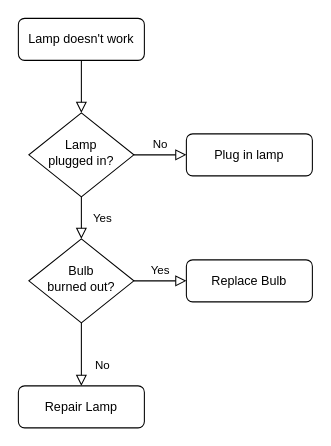
Above: Untitled Diagram.drawio in bnood/process-charts (draw.io), before the change. Source tidied: cells renumbered, new cells numbered last; positions are measured from the earlier drawing's top-left corner, leaving out a move shared by most shapes. Both pictures are drawn from the tidied source at 105%, with x=0, y=0 at pixel (18, 18).
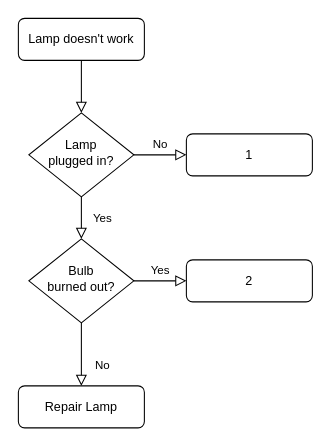
The same page after the edit.

What changed in the source:
```diff
@@
 <mxGraphModel>
   <root>
     <mxCell id="0" />
     <mxCell id="1" parent="0" />
     <mxCell id="2" style="rounded=0;html=1;jettySize=auto;fontSize=11;endArrow=block;endFill=0;endSize=8;strokeWidth=1;shadow=0;labelBackgroundColor=none;edgeStyle=orthogonalEdgeStyle;" parent="1" edge="1" source="3" target="6">
       <mxGeometry relative="1" as="geometry" />
     </mxCell>
     <mxCell id="3" value="Lamp doesn't work" style="rounded=1;whiteSpace=wrap;html=1;fontSize=12;glass=0;strokeWidth=1;shadow=0;" parent="1" vertex="1">
       <mxGeometry width="120" height="40" as="geometry" />
     </mxCell>
     <mxCell id="4" value="Yes" style="rounded=0;html=1;jettySize=auto;fontSize=11;endArrow=block;endFill=0;endSize=8;strokeWidth=1;shadow=0;labelBackgroundColor=none;edgeStyle=orthogonalEdgeStyle;" parent="1" edge="1" source="6" target="10">
       <mxGeometry y="20" relative="1" as="geometry" />
     </mxCell>
     <mxCell id="5" value="No" style="edgeStyle=orthogonalEdgeStyle;rounded=0;html=1;jettySize=auto;fontSize=11;endArrow=block;endFill=0;endSize=8;strokeWidth=1;shadow=0;labelBackgroundColor=none;" parent="1" edge="1" source="6" target="7">
       <mxGeometry y="10" relative="1" as="geometry" />
     </mxCell>
     <mxCell id="6" value="Lamp&lt;br&gt;plugged in?" style="rhombus;whiteSpace=wrap;html=1;shadow=0;fontFamily=Helvetica;fontSize=12;align=center;strokeWidth=1;spacing=6;spacingTop=-4;" parent="1" vertex="1">
       <mxGeometry x="10" y="90" width="100" height="80" as="geometry" />
     </mxCell>
-    <mxCell id="7" value="Plug in lamp" style="rounded=1;whiteSpace=wrap;html=1;fontSize=12;glass=0;strokeWidth=1;shadow=0;" parent="1" vertex="1">
+    <mxCell id="7" value="1" style="rounded=1;whiteSpace=wrap;html=1;fontSize=12;glass=0;strokeWidth=1;shadow=0;" parent="1" vertex="1">
       <mxGeometry x="160" y="110" width="120" height="40" as="geometry" />
     </mxCell>
     <mxCell id="8" value="No" style="rounded=0;html=1;jettySize=auto;fontSize=11;endArrow=block;endFill=0;endSize=8;strokeWidth=1;shadow=0;labelBackgroundColor=none;edgeStyle=orthogonalEdgeStyle;" parent="1" edge="1" source="10" target="11">
       <mxGeometry x="0.33" y="20" relative="1" as="geometry" />
     </mxCell>
     <mxCell id="9" value="Yes" style="edgeStyle=orthogonalEdgeStyle;rounded=0;html=1;jettySize=auto;fontSize=11;endArrow=block;endFill=0;endSize=8;strokeWidth=1;shadow=0;labelBackgroundColor=none;" parent="1" edge="1" source="10" target="12">
       <mxGeometry y="10" relative="1" as="geometry" />
     </mxCell>
     <mxCell id="10" value="Bulb&lt;br&gt;burned out?" style="rhombus;whiteSpace=wrap;html=1;shadow=0;fontFamily=Helvetica;fontSize=12;align=center;strokeWidth=1;spacing=6;spacingTop=-4;" parent="1" vertex="1">
       <mxGeometry x="10" y="210" width="100" height="80" as="geometry" />
     </mxCell>
     <mxCell id="11" value="Repair Lamp" style="rounded=1;whiteSpace=wrap;html=1;fontSize=12;glass=0;strokeWidth=1;shadow=0;" parent="1" vertex="1">
       <mxGeometry y="350" width="120" height="40" as="geometry" />
     </mxCell>
-    <mxCell id="12" value="Replace Bulb" style="rounded=1;whiteSpace=wrap;html=1;fontSize=12;glass=0;strokeWidth=1;shadow=0;" parent="1" vertex="1">
+    <mxCell id="12" value="2" style="rounded=1;whiteSpace=wrap;html=1;fontSize=12;glass=0;strokeWidth=1;shadow=0;" parent="1" vertex="1">
       <mxGeometry x="160" y="230" width="120" height="40" as="geometry" />
     </mxCell>
   </root>
 </mxGraphModel>
```
